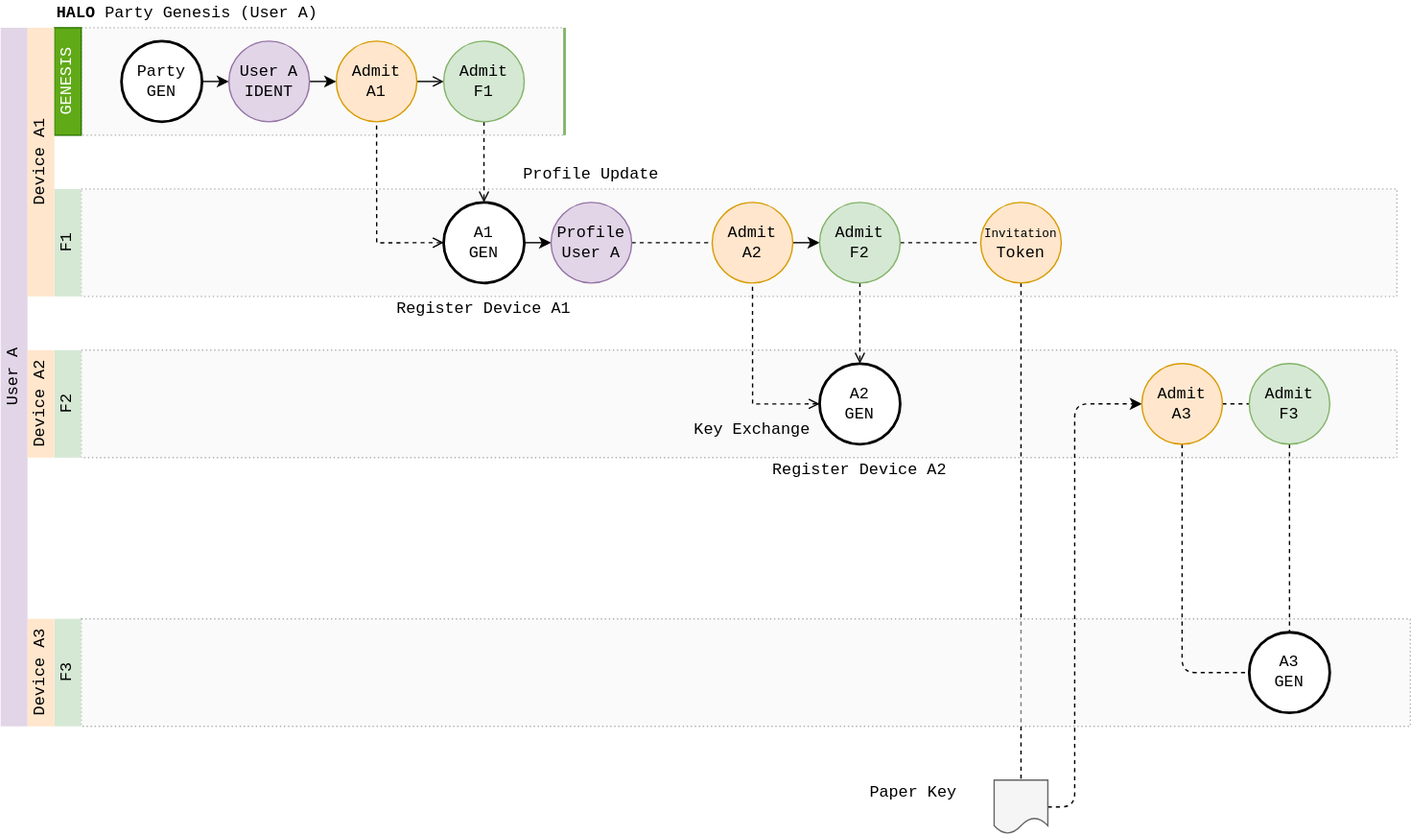
Earlier version of the draw.io export docs/content/design/diagrams/halo-credentials.drawio.svg (dxos/dxos). Source tidied: cells renumbered, new cells last; positions are measured from the earlier drawing's top-left corner, leaving out a move shared by most shapes. Source of this version:
```xml
<mxGraphModel background="#ffffff">
  <root>
    <mxCell id="0" />
    <mxCell id="1" parent="0" />
    <mxCell id="2" style="rounded=0;whiteSpace=wrap;html=1;fillColor=#f5f5f5;dashed=1;dashPattern=1 2;strokeWidth=1;opacity=50;strokeColor=#666666;fontColor=#333333;" parent="1" vertex="1">
      <mxGeometry x="60" y="20" width="360" height="80" as="geometry" />
    </mxCell>
    <mxCell id="3" style="rounded=0;whiteSpace=wrap;html=1;fillColor=#f5f5f5;dashed=1;dashPattern=1 2;strokeWidth=1;opacity=50;strokeColor=#666666;fontColor=#333333;" parent="1" vertex="1">
      <mxGeometry x="60" y="140" width="980" height="80" as="geometry" />
    </mxCell>
    <mxCell id="4" style="rounded=0;whiteSpace=wrap;html=1;fillColor=#f5f5f5;dashed=1;dashPattern=1 2;strokeWidth=1;opacity=50;strokeColor=#666666;fontColor=#333333;" parent="1" vertex="1">
      <mxGeometry x="60" y="260" width="980" height="80" as="geometry" />
    </mxCell>
    <mxCell id="5" style="edgeStyle=orthogonalEdgeStyle;rounded=0;jettySize=auto;html=1;exitX=1;exitY=0.5;exitDx=0;exitDy=0;entryX=0;entryY=0.5;entryDx=0;entryDy=0;fontFamily=Courier New;fontSize=12;" parent="1" edge="1" source="6" target="8">
      <mxGeometry relative="1" as="geometry" />
    </mxCell>
    <mxCell id="6" value="Party&lt;br style=&quot;font-size: 12px;&quot;&gt;GEN" style="ellipse;whiteSpace=wrap;html=1;fontFamily=Courier New;fontSize=12;strokeWidth=2;" parent="1" vertex="1">
      <mxGeometry x="90" y="30" width="60" height="60" as="geometry" />
    </mxCell>
    <mxCell id="7" style="edgeStyle=orthogonalEdgeStyle;rounded=0;jettySize=auto;html=1;exitX=1;exitY=0.5;exitDx=0;exitDy=0;entryX=0;entryY=0.5;entryDx=0;entryDy=0;endArrow=classic;endFill=1;fontFamily=Courier New;fontSize=12;" parent="1" edge="1" source="8" target="28">
      <mxGeometry relative="1" as="geometry" />
    </mxCell>
    <mxCell id="8" value="User A&lt;br&gt;IDENT" style="ellipse;whiteSpace=wrap;html=1;fontFamily=Courier New;fontSize=12;fillColor=#e1d5e7;strokeColor=#9673a6;" parent="1" vertex="1">
      <mxGeometry x="170" y="30" width="60" height="60" as="geometry" />
    </mxCell>
    <mxCell id="9" style="edgeStyle=orthogonalEdgeStyle;rounded=0;jettySize=auto;html=1;exitX=1;exitY=0.5;exitDx=0;exitDy=0;entryX=0;entryY=0.5;entryDx=0;entryDy=0;fontFamily=Courier New;fontSize=12;" parent="1" edge="1" source="11" target="15">
      <mxGeometry relative="1" as="geometry" />
    </mxCell>
    <mxCell id="10" style="edgeStyle=orthogonalEdgeStyle;rounded=0;jettySize=auto;html=1;exitX=0;exitY=0.5;exitDx=0;exitDy=0;entryX=0.5;entryY=1;entryDx=0;entryDy=0;dashed=1;endArrow=none;endFill=0;fontFamily=Courier New;fontSize=12;startArrow=open;startFill=0;" parent="1" edge="1" source="11" target="28">
      <mxGeometry relative="1" as="geometry" />
    </mxCell>
    <mxCell id="11" value="A1&lt;br&gt;GEN" style="ellipse;whiteSpace=wrap;html=1;fontFamily=Courier New;fontSize=12;strokeWidth=2;" parent="1" vertex="1">
      <mxGeometry x="330" y="150" width="60" height="60" as="geometry" />
    </mxCell>
    <mxCell id="12" style="edgeStyle=orthogonalEdgeStyle;rounded=0;jettySize=auto;html=1;exitX=0;exitY=0.5;exitDx=0;exitDy=0;entryX=0.5;entryY=1;entryDx=0;entryDy=0;endArrow=none;endFill=0;fontFamily=Courier New;fontSize=12;dashed=1;startArrow=open;startFill=0;" parent="1" edge="1" source="13" target="18">
      <mxGeometry relative="1" as="geometry" />
    </mxCell>
    <mxCell id="13" value="A2&lt;br&gt;GEN" style="ellipse;whiteSpace=wrap;html=1;fontFamily=Courier New;fontSize=12;strokeWidth=2;" parent="1" vertex="1">
      <mxGeometry x="610" y="270" width="60" height="60" as="geometry" />
    </mxCell>
    <mxCell id="14" style="edgeStyle=orthogonalEdgeStyle;rounded=0;jettySize=auto;html=1;exitX=1;exitY=0.5;exitDx=0;exitDy=0;entryX=0;entryY=0.5;entryDx=0;entryDy=0;dashed=1;fontFamily=Courier New;fontSize=12;endArrow=none;endFill=0;" parent="1" edge="1" source="15" target="18">
      <mxGeometry relative="1" as="geometry" />
    </mxCell>
    <mxCell id="15" value="Profile&lt;br style=&quot;font-size: 12px&quot;&gt;User A" style="ellipse;whiteSpace=wrap;html=1;fontFamily=Courier New;fontSize=12;fillColor=#e1d5e7;strokeColor=#9673a6;" parent="1" vertex="1">
      <mxGeometry x="410" y="150" width="60" height="60" as="geometry" />
    </mxCell>
    <mxCell id="16" style="edgeStyle=orthogonalEdgeStyle;rounded=0;jettySize=auto;html=1;exitX=0.5;exitY=1;exitDx=0;exitDy=0;entryX=0.5;entryY=0;entryDx=0;entryDy=0;fontFamily=Courier New;fontSize=12;dashed=1;endArrow=open;endFill=0;" parent="1" edge="1" source="33" target="13">
      <mxGeometry relative="1" as="geometry" />
    </mxCell>
    <mxCell id="17" style="edgeStyle=orthogonalEdgeStyle;rounded=0;jettySize=auto;html=1;exitX=1;exitY=0.5;exitDx=0;exitDy=0;entryX=0;entryY=0.5;entryDx=0;entryDy=0;endArrow=classic;endFill=1;fontFamily=Courier New;fontSize=12;" parent="1" edge="1" source="18" target="33">
      <mxGeometry relative="1" as="geometry" />
    </mxCell>
    <mxCell id="18" value="Admit&lt;br style=&quot;font-size: 12px&quot;&gt;A2" style="ellipse;whiteSpace=wrap;html=1;fontFamily=Courier New;fontSize=12;fillColor=#ffe6cc;strokeColor=#d79b00;" parent="1" vertex="1">
      <mxGeometry x="530" y="150" width="60" height="60" as="geometry" />
    </mxCell>
    <mxCell id="19" value="F2" style="rounded=0;whiteSpace=wrap;html=1;strokeWidth=1;horizontal=0;fillColor=#d5e8d4;strokeColor=none;fontSize=12;fontFamily=Courier New;" parent="1" vertex="1">
      <mxGeometry x="40" y="260" width="20" height="80" as="geometry" />
    </mxCell>
    <mxCell id="20" value="F1" style="rounded=0;whiteSpace=wrap;html=1;strokeWidth=1;horizontal=0;fillColor=#d5e8d4;strokeColor=none;fontSize=12;fontFamily=Courier New;" parent="1" vertex="1">
      <mxGeometry x="40" y="140" width="20" height="80" as="geometry" />
    </mxCell>
    <mxCell id="21" value="GENESIS" style="rounded=0;whiteSpace=wrap;html=1;strokeWidth=1;horizontal=0;fillColor=#60a917;strokeColor=#2D7600;fontColor=#ffffff;fontSize=12;fontFamily=Courier New;" parent="1" vertex="1">
      <mxGeometry x="40" y="20" width="20" height="80" as="geometry" />
    </mxCell>
    <mxCell id="22" value="User A" style="rounded=0;whiteSpace=wrap;html=1;strokeWidth=1;horizontal=0;fillColor=#e1d5e7;strokeColor=none;fontSize=12;fontFamily=Courier New;" parent="1" vertex="1">
      <mxGeometry y="20" width="20" height="520" as="geometry" />
    </mxCell>
    <mxCell id="23" value="Device A2" style="rounded=0;whiteSpace=wrap;html=1;strokeWidth=1;horizontal=0;fillColor=#ffe6cc;strokeColor=none;fontSize=12;fontFamily=Courier New;" parent="1" vertex="1">
      <mxGeometry x="20" y="260" width="20" height="80" as="geometry" />
    </mxCell>
    <mxCell id="24" value="Device A1" style="rounded=0;whiteSpace=wrap;html=1;strokeWidth=1;horizontal=0;fillColor=#ffe6cc;strokeColor=none;fontSize=12;fontFamily=Courier New;" parent="1" vertex="1">
      <mxGeometry x="20" y="20" width="20" height="200" as="geometry" />
    </mxCell>
    <mxCell id="25" value="&lt;b&gt;HALO&lt;/b&gt; Party Genesis (User A)" style="text;html=1;strokeColor=none;fillColor=none;align=left;verticalAlign=middle;whiteSpace=wrap;rounded=0;dashed=1;dashPattern=1 2;fontFamily=Courier New;fontSize=12;opacity=50;" parent="1" vertex="1">
      <mxGeometry x="40" width="240" height="20" as="geometry" />
    </mxCell>
    <mxCell id="26" value="Profile Update" style="text;html=1;strokeColor=none;fillColor=none;align=center;verticalAlign=middle;whiteSpace=wrap;rounded=0;dashed=1;dashPattern=1 2;fontFamily=Courier New;fontSize=12;opacity=50;" parent="1" vertex="1">
      <mxGeometry x="380" y="120" width="120" height="20" as="geometry" />
    </mxCell>
    <mxCell id="27" style="edgeStyle=orthogonalEdgeStyle;rounded=0;jettySize=auto;html=1;exitX=1;exitY=0.5;exitDx=0;exitDy=0;entryX=0;entryY=0.5;entryDx=0;entryDy=0;endArrow=open;endFill=0;fontFamily=Courier New;fontSize=12;" parent="1" edge="1" source="28" target="31">
      <mxGeometry relative="1" as="geometry" />
    </mxCell>
    <mxCell id="28" value="Admit&lt;br style=&quot;font-size: 12px&quot;&gt;A1" style="ellipse;whiteSpace=wrap;html=1;fontFamily=Courier New;fontSize=12;fillColor=#ffe6cc;strokeColor=#d79b00;" parent="1" vertex="1">
      <mxGeometry x="250" y="30" width="60" height="60" as="geometry" />
    </mxCell>
    <mxCell id="29" value="Register Device A1" style="text;html=1;strokeColor=none;fillColor=none;align=center;verticalAlign=middle;whiteSpace=wrap;rounded=0;dashed=1;dashPattern=1 2;fontFamily=Courier New;fontSize=12;opacity=50;" parent="1" vertex="1">
      <mxGeometry x="280" y="220" width="160" height="20" as="geometry" />
    </mxCell>
    <mxCell id="30" style="edgeStyle=orthogonalEdgeStyle;rounded=0;jettySize=auto;html=1;exitX=0.5;exitY=1;exitDx=0;exitDy=0;entryX=0.5;entryY=0;entryDx=0;entryDy=0;dashed=1;endArrow=open;endFill=0;fontFamily=Courier New;fontSize=12;" parent="1" edge="1" source="31" target="11">
      <mxGeometry relative="1" as="geometry" />
    </mxCell>
    <mxCell id="31" value="Admit&lt;br style=&quot;font-size: 12px&quot;&gt;F1" style="ellipse;whiteSpace=wrap;html=1;fontFamily=Courier New;fontSize=12;fillColor=#d5e8d4;strokeColor=#82b366;" parent="1" vertex="1">
      <mxGeometry x="330" y="30" width="60" height="60" as="geometry" />
    </mxCell>
    <mxCell id="32" style="edgeStyle=none;html=1;exitX=1;exitY=0.5;exitDx=0;exitDy=0;entryX=0;entryY=0.5;entryDx=0;entryDy=0;fontSize=9;endArrow=none;endFill=0;dashed=1;" parent="1" edge="1" source="33" target="38">
      <mxGeometry relative="1" as="geometry" />
    </mxCell>
    <mxCell id="33" value="Admit&lt;br style=&quot;font-size: 12px&quot;&gt;F2" style="ellipse;whiteSpace=wrap;html=1;fontFamily=Courier New;fontSize=12;fillColor=#d5e8d4;strokeColor=#82b366;" parent="1" vertex="1">
      <mxGeometry x="610" y="150" width="60" height="60" as="geometry" />
    </mxCell>
    <mxCell id="34" value="Key Exchange" style="text;html=1;strokeColor=none;fillColor=none;align=center;verticalAlign=middle;whiteSpace=wrap;rounded=0;dashed=1;dashPattern=1 2;fontFamily=Courier New;fontSize=12;opacity=50;" parent="1" vertex="1">
      <mxGeometry x="500" y="310" width="120" height="20" as="geometry" />
    </mxCell>
    <mxCell id="35" value="Register Device A2" style="text;html=1;strokeColor=none;fillColor=none;align=center;verticalAlign=middle;whiteSpace=wrap;rounded=0;dashed=1;dashPattern=1 2;fontFamily=Courier New;fontSize=12;opacity=50;" parent="1" vertex="1">
      <mxGeometry x="560" y="340" width="160" height="20" as="geometry" />
    </mxCell>
    <mxCell id="36" style="endArrow=none;html=1;strokeWidth=2;fontFamily=Courier New;fontSize=12;fillColor=#d5e8d4;strokeColor=#82b366;" parent="1" edge="1">
      <mxGeometry relative="1" as="geometry">
        <mxPoint x="420" y="100" as="sourcePoint" />
        <mxPoint x="420" y="20" as="targetPoint" />
      </mxGeometry>
    </mxCell>
    <mxCell id="37" style="edgeStyle=none;html=1;exitX=0.5;exitY=1;exitDx=0;exitDy=0;dashed=1;fontSize=9;endArrow=none;endFill=0;" parent="1" edge="1" source="38" target="44">
      <mxGeometry relative="1" as="geometry" />
    </mxCell>
    <mxCell id="38" value="&lt;font style=&quot;font-size: 9px;&quot;&gt;Invitation&lt;/font&gt;&lt;br&gt;Token" style="ellipse;whiteSpace=wrap;html=1;fontFamily=Courier New;fontSize=12;fillColor=#ffe6cc;strokeColor=#d79b00;" parent="1" vertex="1">
      <mxGeometry x="730" y="150" width="60" height="60" as="geometry" />
    </mxCell>
    <mxCell id="39" style="rounded=0;whiteSpace=wrap;html=1;fillColor=#f5f5f5;dashed=1;dashPattern=1 2;strokeWidth=1;opacity=50;strokeColor=#666666;fontColor=#333333;" parent="1" vertex="1">
      <mxGeometry x="60" y="460" width="990" height="80" as="geometry" />
    </mxCell>
    <mxCell id="40" value="A3&lt;br&gt;GEN" style="ellipse;whiteSpace=wrap;html=1;fontFamily=Courier New;fontSize=12;strokeWidth=2;" parent="1" vertex="1">
      <mxGeometry x="930" y="470" width="60" height="60" as="geometry" />
    </mxCell>
    <mxCell id="41" value="F3" style="rounded=0;whiteSpace=wrap;html=1;strokeWidth=1;horizontal=0;fillColor=#d5e8d4;strokeColor=none;fontSize=12;fontFamily=Courier New;" parent="1" vertex="1">
      <mxGeometry x="40" y="460" width="20" height="80" as="geometry" />
    </mxCell>
    <mxCell id="42" value="Device A3" style="rounded=0;whiteSpace=wrap;html=1;strokeWidth=1;horizontal=0;fillColor=#ffe6cc;strokeColor=none;fontSize=12;fontFamily=Courier New;" parent="1" vertex="1">
      <mxGeometry x="20" y="460" width="20" height="80" as="geometry" />
    </mxCell>
    <mxCell id="43" style="edgeStyle=none;html=1;exitX=1;exitY=0.5;exitDx=0;exitDy=0;dashed=1;fontSize=9;endArrow=classic;endFill=1;entryX=0;entryY=0.5;entryDx=0;entryDy=0;" parent="1" edge="1" source="44" target="47">
      <mxGeometry relative="1" as="geometry">
        <Array as="points">
          <mxPoint x="800" y="600" />
          <mxPoint x="800" y="300" />
        </Array>
      </mxGeometry>
    </mxCell>
    <mxCell id="44" style="shape=document;whiteSpace=wrap;html=1;boundedLbl=1;fontSize=9;fillColor=#f5f5f5;fontColor=#333333;strokeColor=#666666;" parent="1" vertex="1">
      <mxGeometry x="740" y="580" width="40" height="40" as="geometry" />
    </mxCell>
    <mxCell id="45" style="edgeStyle=none;html=1;exitX=0.5;exitY=1;exitDx=0;exitDy=0;entryX=0;entryY=0.5;entryDx=0;entryDy=0;dashed=1;fontSize=9;endArrow=none;endFill=0;" parent="1" edge="1" source="47" target="40">
      <mxGeometry relative="1" as="geometry">
        <Array as="points">
          <mxPoint x="880" y="500" />
        </Array>
      </mxGeometry>
    </mxCell>
    <mxCell id="46" style="edgeStyle=none;html=1;exitX=1;exitY=0.5;exitDx=0;exitDy=0;dashed=1;fontSize=9;endArrow=none;endFill=0;" parent="1" edge="1" source="47" target="49">
      <mxGeometry relative="1" as="geometry" />
    </mxCell>
    <mxCell id="47" value="Admit&lt;br style=&quot;font-size: 12px&quot;&gt;A3" style="ellipse;whiteSpace=wrap;html=1;fontFamily=Courier New;fontSize=12;fillColor=#ffe6cc;strokeColor=#d79b00;" parent="1" vertex="1">
      <mxGeometry x="850" y="270" width="60" height="60" as="geometry" />
    </mxCell>
    <mxCell id="48" style="edgeStyle=none;html=1;exitX=0.5;exitY=1;exitDx=0;exitDy=0;dashed=1;fontSize=9;endArrow=none;endFill=0;" parent="1" edge="1" source="49" target="40">
      <mxGeometry relative="1" as="geometry" />
    </mxCell>
    <mxCell id="49" value="Admit&lt;br style=&quot;font-size: 12px&quot;&gt;F3" style="ellipse;whiteSpace=wrap;html=1;fontFamily=Courier New;fontSize=12;fillColor=#d5e8d4;strokeColor=#82b366;" parent="1" vertex="1">
      <mxGeometry x="930" y="270" width="60" height="60" as="geometry" />
    </mxCell>
    <mxCell id="50" value="Paper Key" style="text;html=1;strokeColor=none;fillColor=none;align=center;verticalAlign=middle;whiteSpace=wrap;rounded=0;dashed=1;dashPattern=1 2;fontFamily=Courier New;fontSize=12;opacity=50;" parent="1" vertex="1">
      <mxGeometry x="640" y="580" width="80" height="20" as="geometry" />
    </mxCell>
  </root>
</mxGraphModel>
```
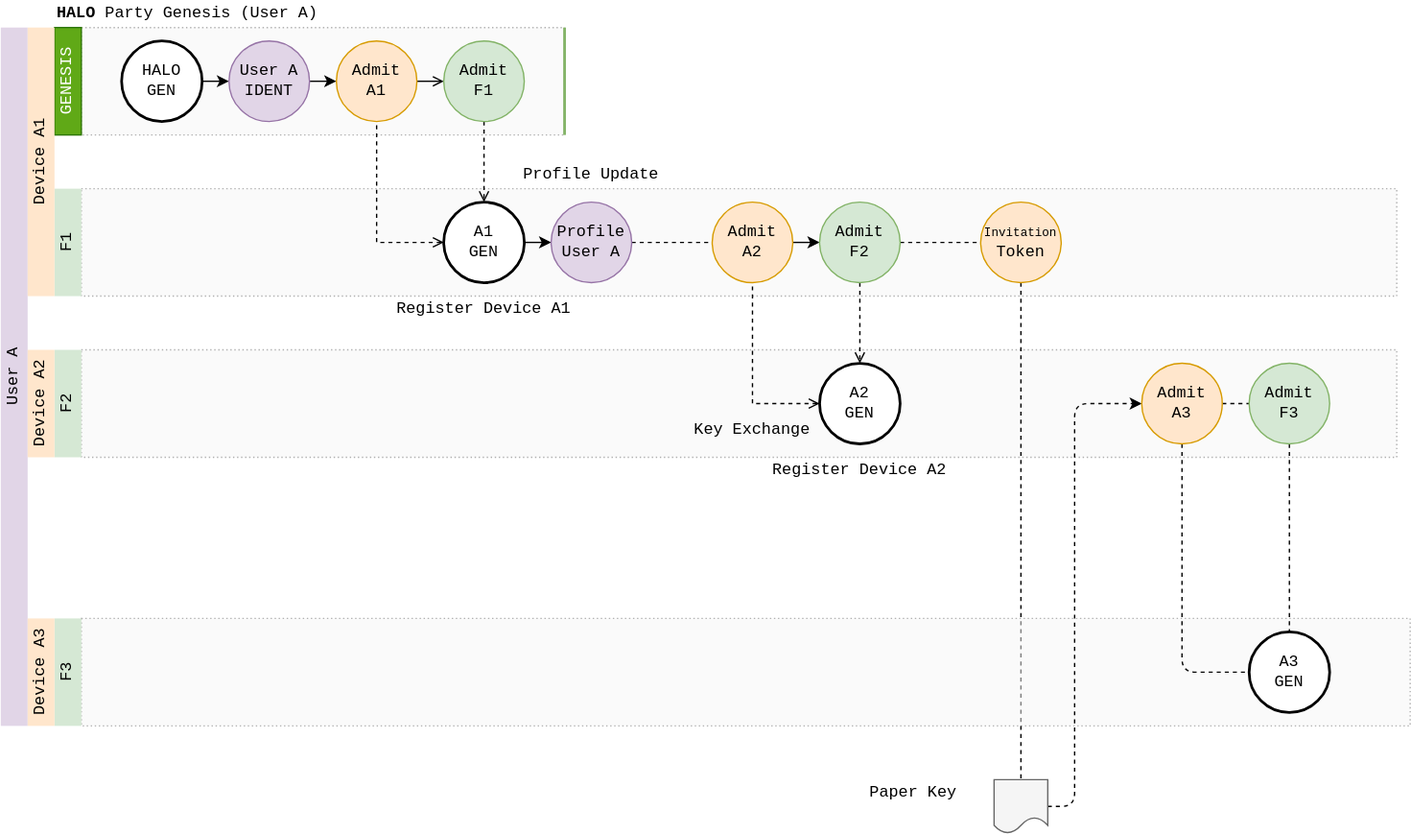
The same diagram one commit later.

Diff of the diagram source:
```diff
@@ -14,7 +14,7 @@
     <mxCell id="5" style="edgeStyle=orthogonalEdgeStyle;rounded=0;jettySize=auto;html=1;exitX=1;exitY=0.5;exitDx=0;exitDy=0;entryX=0;entryY=0.5;entryDx=0;entryDy=0;fontFamily=Courier New;fontSize=12;" parent="1" edge="1" source="6" target="8">
       <mxGeometry relative="1" as="geometry" />
     </mxCell>
-    <mxCell id="6" value="Party&lt;br style=&quot;font-size: 12px;&quot;&gt;GEN" style="ellipse;whiteSpace=wrap;html=1;fontFamily=Courier New;fontSize=12;strokeWidth=2;" parent="1" vertex="1">
+    <mxCell id="6" value="HALO&lt;br style=&quot;font-size: 12px;&quot;&gt;GEN" style="ellipse;whiteSpace=wrap;html=1;fontFamily=Courier New;fontSize=12;strokeWidth=2;" parent="1" vertex="1">
       <mxGeometry x="90" y="30" width="60" height="60" as="geometry" />
     </mxCell>
     <mxCell id="7" style="edgeStyle=orthogonalEdgeStyle;rounded=0;jettySize=auto;html=1;exitX=1;exitY=0.5;exitDx=0;exitDy=0;entryX=0;entryY=0.5;entryDx=0;entryDy=0;endArrow=classic;endFill=1;fontFamily=Courier New;fontSize=12;" parent="1" edge="1" source="8" target="28">
```
